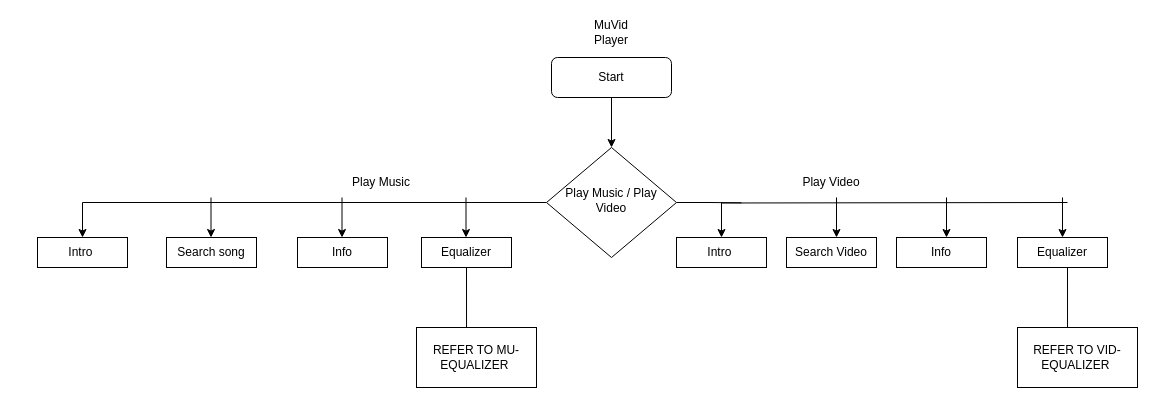
Earlier version of the draw.io diagram page "MUVID" (1 of 9) of MuVid Player.drawio (aj2381999/muvidplayer). Source tidied: cells renumbered, new cells numbered last; positions are measured from the earlier drawing's top-left corner, leaving out a move shared by most shapes. Both pictures are drawn from the tidied source at 100%, with x=0, y=0 at pixel (37, 17).
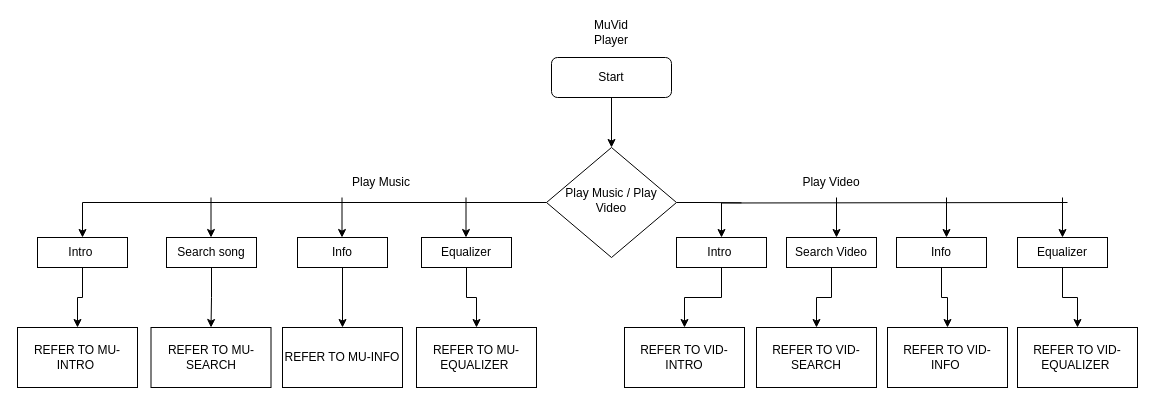
After the change.

The change refers to these unchanged cells:
```xml
<mxCell id="7" value="Intro&lt;span style=&quot;white-space: pre&quot;&gt; &lt;/span&gt;" style="rounded=0;whiteSpace=wrap;html=1;shadow=0;" parent="1" vertex="1">
  <mxGeometry y="220" width="90" height="30" as="geometry" />
</mxCell>
<mxCell id="9" value="Equalizer" style="rounded=0;whiteSpace=wrap;html=1;" parent="1" vertex="1">
  <mxGeometry x="384" y="220" width="90" height="30" as="geometry" />
</mxCell>
<mxCell id="10" value="Search song" style="rounded=0;whiteSpace=wrap;html=1;" parent="1" vertex="1">
  <mxGeometry x="129" y="220" width="90" height="30" as="geometry" />
</mxCell>
<mxCell id="11" value="Info" style="rounded=0;whiteSpace=wrap;html=1;shadow=0;" parent="1" vertex="1">
  <mxGeometry x="260" y="220" width="90" height="30" as="geometry" />
</mxCell>
<mxCell id="15" value="Intro&lt;span style=&quot;white-space: pre&quot;&gt; &lt;/span&gt;" style="rounded=0;whiteSpace=wrap;html=1;" parent="1" vertex="1">
  <mxGeometry x="639" y="220" width="90" height="30" as="geometry" />
</mxCell>
<mxCell id="16" value="Equalizer" style="rounded=0;whiteSpace=wrap;html=1;" parent="1" vertex="1">
  <mxGeometry x="980" y="220" width="90" height="30" as="geometry" />
</mxCell>
<mxCell id="17" value="Search Video" style="rounded=0;whiteSpace=wrap;html=1;" parent="1" vertex="1">
  <mxGeometry x="749" y="220" width="90" height="30" as="geometry" />
</mxCell>
<mxCell id="18" value="Info" style="rounded=0;whiteSpace=wrap;html=1;" parent="1" vertex="1">
  <mxGeometry x="859" y="220" width="90" height="30" as="geometry" />
</mxCell>
<mxCell id="24" value="REFER TO MU-EQUALIZER&amp;nbsp;" style="rounded=0;whiteSpace=wrap;html=1;shadow=0;" parent="1" vertex="1">
  <mxGeometry x="379" y="310" width="120" height="60" as="geometry" />
</mxCell>
<mxCell id="26" value="REFER TO VID-EQUALIZER&amp;nbsp;" style="rounded=0;whiteSpace=wrap;html=1;shadow=0;" parent="1" vertex="1">
  <mxGeometry x="980" y="310" width="120" height="60" as="geometry" />
</mxCell>
```

Diff of the diagram source:
```diff
@@
+    <mxCell id="29" style="edgeStyle=orthogonalEdgeStyle;rounded=0;jettySize=auto;html=1;exitX=0.5;exitY=1;exitDx=0;exitDy=0;" parent="1" edge="1" source="7" target="38">
+      <mxGeometry relative="1" as="geometry" />
+    </mxCell>
@@
-    <mxCell id="8" style="edgeStyle=none;rounded=0;jettySize=auto;html=1;exitX=0.5;exitY=1;exitDx=0;exitDy=0;entryX=0.417;entryY=0.167;entryDx=0;entryDy=0;entryPerimeter=0;" parent="1" edge="1" source="9" target="24">
+    <mxCell id="8" style="edgeStyle=orthogonalEdgeStyle;rounded=0;jettySize=auto;html=1;exitX=0.5;exitY=1;exitDx=0;exitDy=0;" parent="1" edge="1" source="9" target="24">
       <mxGeometry relative="1" as="geometry" />
     </mxCell>
@@
+    <mxCell id="30" style="edgeStyle=orthogonalEdgeStyle;rounded=0;jettySize=auto;html=1;exitX=0.5;exitY=1;exitDx=0;exitDy=0;" parent="1" edge="1" source="10" target="37">
+      <mxGeometry relative="1" as="geometry" />
+    </mxCell>
@@
+    <mxCell id="31" style="edgeStyle=orthogonalEdgeStyle;rounded=0;jettySize=auto;html=1;exitX=0.5;exitY=1;exitDx=0;exitDy=0;entryX=0.5;entryY=0;entryDx=0;entryDy=0;" parent="1" edge="1" source="11" target="36">
+      <mxGeometry relative="1" as="geometry" />
+    </mxCell>
@@
+    <mxCell id="32" style="edgeStyle=orthogonalEdgeStyle;rounded=0;jettySize=auto;html=1;exitX=0.5;exitY=1;exitDx=0;exitDy=0;" parent="1" edge="1" source="15" target="41">
+      <mxGeometry relative="1" as="geometry" />
+    </mxCell>
@@
+    <mxCell id="33" style="edgeStyle=orthogonalEdgeStyle;rounded=0;jettySize=auto;html=1;exitX=0.5;exitY=1;exitDx=0;exitDy=0;" parent="1" edge="1" source="16" target="26">
+      <mxGeometry relative="1" as="geometry" />
+    </mxCell>
@@
+    <mxCell id="34" style="edgeStyle=orthogonalEdgeStyle;rounded=0;jettySize=auto;html=1;exitX=0.5;exitY=1;exitDx=0;exitDy=0;" parent="1" edge="1" source="17" target="40">
+      <mxGeometry relative="1" as="geometry" />
+    </mxCell>
@@
+    <mxCell id="35" style="edgeStyle=orthogonalEdgeStyle;rounded=0;jettySize=auto;html=1;exitX=0.5;exitY=1;exitDx=0;exitDy=0;" parent="1" edge="1" source="18" target="39">
+      <mxGeometry relative="1" as="geometry" />
+    </mxCell>
@@
-    <mxCell id="25" style="edgeStyle=none;rounded=0;jettySize=auto;html=1;entryX=0.417;entryY=0.167;entryDx=0;entryDy=0;entryPerimeter=0;" parent="1" edge="1" target="26">
-      <mxGeometry relative="1" as="geometry">
-        <mxPoint x="1030" y="250" as="sourcePoint" />
-      </mxGeometry>
-    </mxCell>
@@
+    <mxCell id="36" value="REFER TO MU-INFO" style="rounded=0;whiteSpace=wrap;html=1;shadow=0;" parent="1" vertex="1">
+      <mxGeometry x="245" y="310" width="120" height="60" as="geometry" />
+    </mxCell>
+    <mxCell id="37" value="REFER TO MU-SEARCH" style="rounded=0;whiteSpace=wrap;html=1;shadow=0;" parent="1" vertex="1">
+      <mxGeometry x="113.5" y="310" width="120" height="60" as="geometry" />
+    </mxCell>
+    <mxCell id="38" value="REFER TO MU-INTRO&amp;nbsp;" style="rounded=0;whiteSpace=wrap;html=1;shadow=0;" parent="1" vertex="1">
+      <mxGeometry x="-20" y="310" width="120" height="60" as="geometry" />
+    </mxCell>
+    <mxCell id="39" value="REFER TO VID-INFO&amp;nbsp;" style="rounded=0;whiteSpace=wrap;html=1;shadow=0;" parent="1" vertex="1">
+      <mxGeometry x="850" y="310" width="120" height="60" as="geometry" />
+    </mxCell>
+    <mxCell id="40" value="REFER TO VID-SEARCH" style="rounded=0;whiteSpace=wrap;html=1;shadow=0;" parent="1" vertex="1">
+      <mxGeometry x="719" y="310" width="120" height="60" as="geometry" />
+    </mxCell>
+    <mxCell id="41" value="REFER TO VID-INTRO" style="rounded=0;whiteSpace=wrap;html=1;shadow=0;" parent="1" vertex="1">
+      <mxGeometry x="587" y="310" width="120" height="60" as="geometry" />
+    </mxCell>
```
